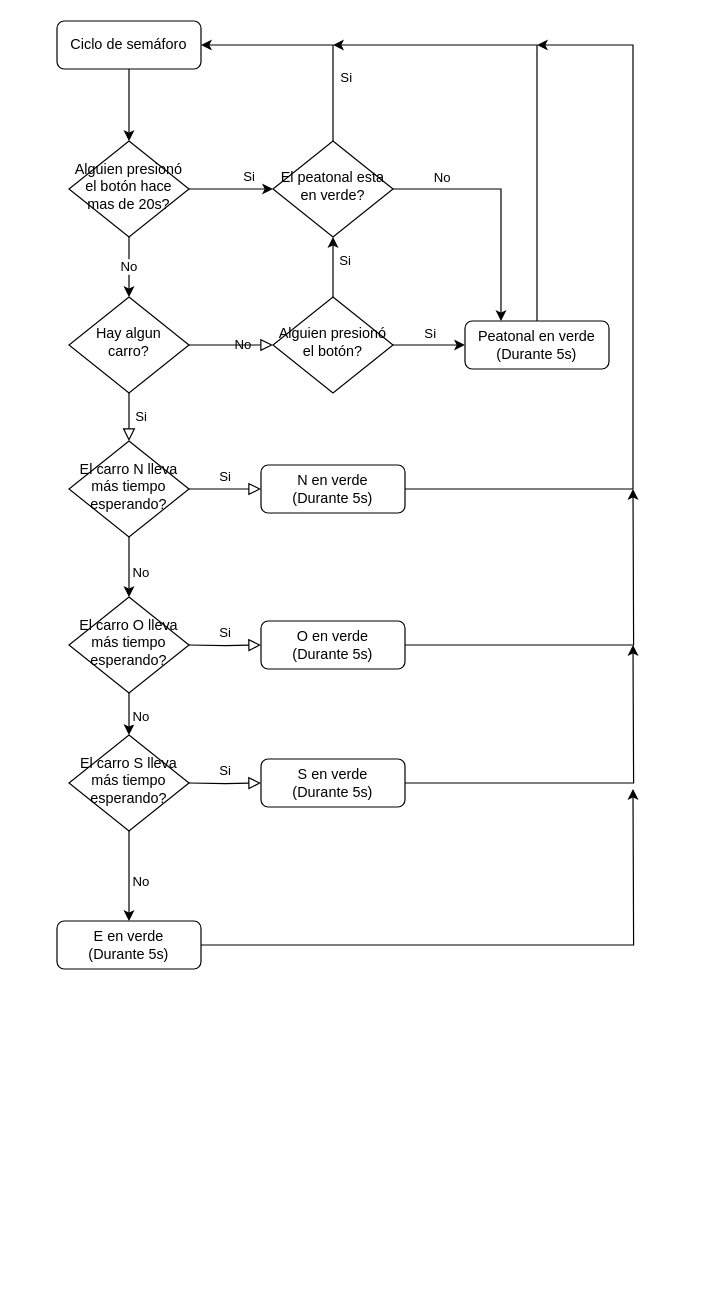
The draw.io diagram Documentacion/Diagrama de flujo.drawio in fabian-mv/EL3310_proyecto1, before the edit. Source tidied: cells renumbered, new cells numbered last; positions are measured from the earlier drawing's top-left corner, leaving out a move shared by most shapes. Both pictures are drawn from the tidied source at 120%, with x=0, y=0 at pixel (56, 20).
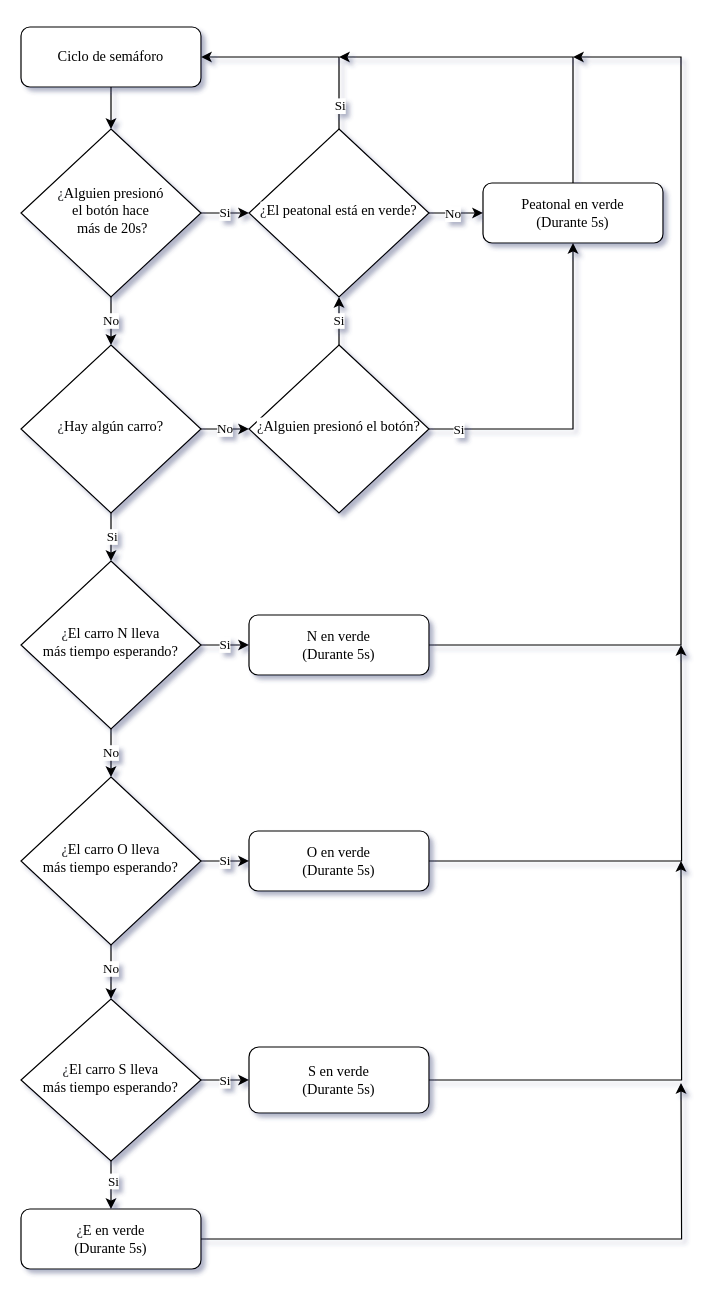
Above is the later version.

Commit message:
Fix Diagrama de flujo

Diff of the diagram source:
```diff
@@
-<mxGraphModel>
+<mxGraphModel shadow="1">
@@
-    <mxCell id="3" value="Ciclo de semáforo" style="rounded=1;whiteSpace=wrap;html=1;fontSize=12;glass=0;strokeWidth=1;shadow=0;" parent="1" vertex="1">
-      <mxGeometry width="120" height="40" as="geometry" />
+    <mxCell id="3" value="&lt;font face=&quot;Times New Roman&quot;&gt;Ciclo de semáforo&lt;/font&gt;" style="rounded=1;whiteSpace=wrap;html=1;fontSize=12;glass=0;strokeWidth=1;shadow=0;" parent="1" vertex="1">
+      <mxGeometry x="-30" y="5" width="150" height="50" as="geometry" />
     </mxCell>
+    <mxCell id="38" value="No" style="edgeStyle=orthogonalEdgeStyle;rounded=0;jettySize=auto;html=1;exitX=1;exitY=0.5;exitDx=0;exitDy=0;entryX=0;entryY=0.5;entryDx=0;entryDy=0;fontFamily=Times New Roman;" parent="1" edge="1" source="6" target="15">
+      <mxGeometry relative="1" as="geometry" />
+    </mxCell>
-    <mxCell id="4" value="Si" style="rounded=0;html=1;jettySize=auto;fontSize=11;endArrow=block;endFill=0;endSize=8;strokeWidth=1;shadow=0;labelBackgroundColor=none;edgeStyle=orthogonalEdgeStyle;" parent="1" edge="1" source="6" target="9">
-      <mxGeometry y="10" relative="1" as="geometry" />
+    <mxCell id="4" style="edgeStyle=orthogonalEdgeStyle;rounded=0;jettySize=auto;html=1;exitX=0.5;exitY=1;exitDx=0;exitDy=0;entryX=0.5;entryY=0;entryDx=0;entryDy=0;fontFamily=Times New Roman;" parent="1" edge="1" source="6" target="9">
+      <mxGeometry relative="1" as="geometry" />
     </mxCell>
-    <mxCell id="5" value="No" style="edgeStyle=orthogonalEdgeStyle;rounded=0;html=1;jettySize=auto;fontSize=11;endArrow=block;endFill=0;endSize=8;strokeWidth=1;shadow=0;labelBackgroundColor=none;" parent="1" edge="1" source="6">
-      <mxGeometry y="10" relative="1" as="geometry">
-        <mxPoint x="180" y="270" as="targetPoint" />
-      </mxGeometry>
-    </mxCell>
+    <mxCell id="39" value="Si" style="edgeLabel;html=1;align=center;verticalAlign=middle;fontFamily=Times New Roman;" parent="4" vertex="1">
+      <mxGeometry x="-0.23" relative="1" as="geometry">
+        <mxPoint y="4" as="offset" />
+      </mxGeometry>
+    </mxCell>
-    <mxCell id="6" value="Hay algun carro?" style="rhombus;whiteSpace=wrap;html=1;shadow=0;fontFamily=Helvetica;fontSize=12;align=center;strokeWidth=1;spacing=6;spacingTop=-4;" parent="1" vertex="1">
-      <mxGeometry x="10" y="230" width="100" height="80" as="geometry" />
+    <mxCell id="6" value="&lt;span style=&quot;color: rgb(32 , 33 , 36) ; font-family: &amp;#34;times new roman&amp;#34; ; text-align: left ; background-color: rgb(255 , 255 , 255)&quot;&gt;¿&lt;/span&gt;&lt;font face=&quot;Times New Roman&quot;&gt;Hay algún carro?&lt;/font&gt;" style="rhombus;whiteSpace=wrap;html=1;shadow=0;fontFamily=Helvetica;fontSize=12;align=center;strokeWidth=1;spacing=6;spacingTop=-4;" parent="1" vertex="1">
+      <mxGeometry x="-30" y="270" width="150" height="140" as="geometry" />
     </mxCell>
+    <mxCell id="8" value="&lt;font face=&quot;Times New Roman&quot;&gt;No&lt;/font&gt;" style="edgeStyle=orthogonalEdgeStyle;rounded=0;jettySize=auto;html=1;exitX=0.5;exitY=1;exitDx=0;exitDy=0;entryX=0.5;entryY=0;entryDx=0;entryDy=0;" parent="1" edge="1" source="9" target="17">
+      <mxGeometry relative="1" as="geometry" />
+    </mxCell>
-    <mxCell id="7" value="Si" style="edgeStyle=orthogonalEdgeStyle;rounded=0;html=1;jettySize=auto;fontSize=11;endArrow=block;endFill=0;endSize=8;strokeWidth=1;shadow=0;labelBackgroundColor=none;" parent="1" edge="1" source="9" target="11">
-      <mxGeometry y="10" relative="1" as="geometry" />
+    <mxCell id="7" value="Si" style="edgeStyle=orthogonalEdgeStyle;rounded=0;jettySize=auto;html=1;exitX=1;exitY=0.5;exitDx=0;exitDy=0;entryX=0;entryY=0.5;entryDx=0;entryDy=0;fontFamily=Times New Roman;" parent="1" edge="1" source="9" target="11">
+      <mxGeometry relative="1" as="geometry" />
     </mxCell>
-    <mxCell id="8" value="No" style="edgeStyle=orthogonalEdgeStyle;rounded=0;jettySize=auto;html=1;exitX=0.5;exitY=1;exitDx=0;exitDy=0;entryX=0.5;entryY=0;entryDx=0;entryDy=0;" parent="1" edge="1" source="9" target="17">
-      <mxGeometry x="0.2" y="10" relative="1" as="geometry" />
-    </mxCell>
-    <mxCell id="9" value="El carro N lleva más tiempo esperando?" style="rhombus;whiteSpace=wrap;html=1;shadow=0;fontFamily=Helvetica;fontSize=12;align=center;strokeWidth=1;spacing=6;spacingTop=-4;" parent="1" vertex="1">
-      <mxGeometry x="10" y="350" width="100" height="80" as="geometry" />
+    <mxCell id="9" value="&lt;span style=&quot;color: rgb(32 , 33 , 36) ; font-family: &amp;#34;times new roman&amp;#34; ; text-align: left ; background-color: rgb(255 , 255 , 255)&quot;&gt;¿&lt;/span&gt;&lt;font face=&quot;Times New Roman&quot;&gt;El carro N lleva &lt;br&gt;más tiempo esperando?&lt;/font&gt;" style="rhombus;whiteSpace=wrap;html=1;shadow=0;fontFamily=Helvetica;fontSize=12;align=center;strokeWidth=1;spacing=6;spacingTop=-4;" parent="1" vertex="1">
+      <mxGeometry x="-30" y="450" width="150" height="140" as="geometry" />
     </mxCell>
-    <mxCell id="10" style="edgeStyle=orthogonalEdgeStyle;rounded=0;jettySize=auto;html=1;exitX=1;exitY=0.5;exitDx=0;exitDy=0;" parent="1" edge="1" source="11">
-      <mxGeometry relative="1" as="geometry">
-        <mxPoint x="400" y="20" as="targetPoint" />
-        <Array as="points">
-          <mxPoint x="480" y="390" />
-          <mxPoint x="480" y="20" />
-        </Array>
-      </mxGeometry>
-    </mxCell>
+    <mxCell id="40" style="edgeStyle=orthogonalEdgeStyle;rounded=0;jettySize=auto;html=1;exitX=1;exitY=0.5;exitDx=0;exitDy=0;fontFamily=Times New Roman;" parent="1" edge="1" source="11">
+      <mxGeometry relative="1" as="geometry">
+        <mxPoint x="430" y="30" as="targetPoint" />
+        <Array as="points">
+          <mxPoint x="520" y="520" />
+          <mxPoint x="520" y="30" />
+        </Array>
+      </mxGeometry>
+    </mxCell>
-    <mxCell id="11" value="N en verde&lt;br&gt;(Durante 5s)" style="rounded=1;whiteSpace=wrap;html=1;fontSize=12;glass=0;strokeWidth=1;shadow=0;" parent="1" vertex="1">
-      <mxGeometry x="170" y="370" width="120" height="40" as="geometry" />
+    <mxCell id="11" value="&lt;font face=&quot;Times New Roman&quot;&gt;N en verde&lt;br&gt;(Durante 5s)&lt;/font&gt;" style="rounded=1;whiteSpace=wrap;html=1;fontSize=12;glass=0;strokeWidth=1;shadow=0;" parent="1" vertex="1">
+      <mxGeometry x="160" y="495" width="150" height="50" as="geometry" />
     </mxCell>
-    <mxCell id="12" value="Si" style="edgeStyle=orthogonalEdgeStyle;rounded=0;jettySize=auto;html=1;exitX=0.5;exitY=0;exitDx=0;exitDy=0;entryX=0.5;entryY=1;entryDx=0;entryDy=0;" parent="1" edge="1" source="15" target="34">
-      <mxGeometry x="0.2" y="-10" relative="1" as="geometry" />
+    <mxCell id="12" value="&lt;font face=&quot;Times New Roman&quot;&gt;Si&lt;/font&gt;" style="edgeStyle=orthogonalEdgeStyle;rounded=0;jettySize=auto;html=1;exitX=0.5;exitY=0;exitDx=0;exitDy=0;entryX=0.5;entryY=1;entryDx=0;entryDy=0;" parent="1" edge="1" source="15" target="34">
+      <mxGeometry relative="1" as="geometry" />
     </mxCell>
-    <mxCell id="13" style="edgeStyle=orthogonalEdgeStyle;rounded=0;jettySize=auto;html=1;exitX=1;exitY=0.5;exitDx=0;exitDy=0;entryX=0;entryY=0.5;entryDx=0;entryDy=0;" parent="1" edge="1" source="15" target="21">
+    <mxCell id="13" style="edgeStyle=orthogonalEdgeStyle;rounded=0;jettySize=auto;html=1;exitX=1;exitY=0.5;exitDx=0;exitDy=0;entryX=0.5;entryY=1;entryDx=0;entryDy=0;" parent="1" edge="1" source="15" target="21">
       <mxGeometry relative="1" as="geometry" />
     </mxCell>
-    <mxCell id="14" value="Si" style="edgeLabel;html=1;align=center;verticalAlign=middle;" parent="13" vertex="1">
+    <mxCell id="14" value="&lt;font face=&quot;Times New Roman&quot;&gt;Si&lt;/font&gt;" style="edgeLabel;html=1;align=center;verticalAlign=middle;" parent="13" vertex="1">
       <mxGeometry x="-0.22" y="2" relative="1" as="geometry">
-        <mxPoint x="7" y="-8" as="offset" />
+        <mxPoint x="-83" y="2" as="offset" />
       </mxGeometry>
     </mxCell>
-    <mxCell id="15" value="Alguien presionó el botón?" style="rhombus;whiteSpace=wrap;html=1;shadow=0;fontFamily=Helvetica;fontSize=12;align=center;strokeWidth=1;spacing=6;spacingTop=-4;" parent="1" vertex="1">
-      <mxGeometry x="180" y="230" width="100" height="80" as="geometry" />
+    <mxCell id="15" value="&lt;span style=&quot;color: rgb(32 , 33 , 36) ; font-family: &amp;#34;times new roman&amp;#34; ; text-align: left ; background-color: rgb(255 , 255 , 255)&quot;&gt;¿&lt;/span&gt;&lt;font face=&quot;Times New Roman&quot;&gt;Alguien presionó el botón?&lt;/font&gt;" style="rhombus;whiteSpace=wrap;html=1;shadow=0;fontFamily=Helvetica;fontSize=12;align=center;strokeWidth=1;spacing=6;spacingTop=-4;" parent="1" vertex="1">
+      <mxGeometry x="160" y="270" width="150" height="140" as="geometry" />
     </mxCell>
-    <mxCell id="16" value="No" style="edgeStyle=orthogonalEdgeStyle;rounded=0;jettySize=auto;html=1;exitX=0.5;exitY=1;exitDx=0;exitDy=0;" parent="1" edge="1" source="17" target="19">
-      <mxGeometry x="0.33" y="10" relative="1" as="geometry" />
+    <mxCell id="16" value="&lt;font face=&quot;Times New Roman&quot;&gt;No&lt;/font&gt;" style="edgeStyle=orthogonalEdgeStyle;rounded=0;jettySize=auto;html=1;exitX=0.5;exitY=1;exitDx=0;exitDy=0;" parent="1" edge="1" source="17" target="19">
+      <mxGeometry x="-0.11" relative="1" as="geometry" />
     </mxCell>
+    <mxCell id="41" value="Si" style="edgeStyle=orthogonalEdgeStyle;rounded=0;jettySize=auto;html=1;exitX=1;exitY=0.5;exitDx=0;exitDy=0;entryX=0;entryY=0.5;entryDx=0;entryDy=0;fontFamily=Times New Roman;" parent="1" edge="1" source="17" target="24">
+      <mxGeometry relative="1" as="geometry" />
+    </mxCell>
-    <mxCell id="17" value="El carro O lleva más tiempo esperando?" style="rhombus;whiteSpace=wrap;html=1;shadow=0;fontFamily=Helvetica;fontSize=12;align=center;strokeWidth=1;spacing=6;spacingTop=-4;" parent="1" vertex="1">
-      <mxGeometry x="10" y="480" width="100" height="80" as="geometry" />
+    <mxCell id="17" value="&lt;span style=&quot;color: rgb(32 , 33 , 36) ; font-family: &amp;#34;times new roman&amp;#34; ; text-align: left ; background-color: rgb(255 , 255 , 255)&quot;&gt;¿&lt;/span&gt;&lt;font face=&quot;Times New Roman&quot;&gt;El carro O lleva &lt;br&gt;más tiempo esperando?&lt;/font&gt;" style="rhombus;whiteSpace=wrap;html=1;shadow=0;fontFamily=Helvetica;fontSize=12;align=center;strokeWidth=1;spacing=6;spacingTop=-4;" parent="1" vertex="1">
+      <mxGeometry x="-30" y="630" width="150" height="140" as="geometry" />
     </mxCell>
+    <mxCell id="42" value="Si" style="edgeStyle=orthogonalEdgeStyle;rounded=0;jettySize=auto;html=1;exitX=1;exitY=0.5;exitDx=0;exitDy=0;entryX=0;entryY=0.5;entryDx=0;entryDy=0;fontFamily=Times New Roman;" parent="1" edge="1" source="19" target="27">
+      <mxGeometry relative="1" as="geometry" />
+    </mxCell>
-    <mxCell id="18" value="No" style="edgeStyle=orthogonalEdgeStyle;rounded=0;jettySize=auto;html=1;exitX=0.5;exitY=1;exitDx=0;exitDy=0;entryX=0.5;entryY=0;entryDx=0;entryDy=0;" parent="1" edge="1" source="19" target="29">
-      <mxGeometry x="0.11" y="10" relative="1" as="geometry" />
+    <mxCell id="18" style="edgeStyle=orthogonalEdgeStyle;rounded=0;jettySize=auto;html=1;exitX=0.5;exitY=1;exitDx=0;exitDy=0;entryX=0.5;entryY=0;entryDx=0;entryDy=0;fontFamily=Times New Roman;" parent="1" edge="1" source="19" target="29">
+      <mxGeometry relative="1" as="geometry" />
     </mxCell>
+    <mxCell id="43" value="Si" style="edgeLabel;html=1;align=center;verticalAlign=middle;fontFamily=Times New Roman;" parent="18" vertex="1">
+      <mxGeometry x="-0.19" y="1" relative="1" as="geometry" />
+    </mxCell>
-    <mxCell id="19" value="El carro S lleva más tiempo esperando?" style="rhombus;whiteSpace=wrap;html=1;shadow=0;fontFamily=Helvetica;fontSize=12;align=center;strokeWidth=1;spacing=6;spacingTop=-4;" parent="1" vertex="1">
-      <mxGeometry x="10" y="595" width="100" height="80" as="geometry" />
+    <mxCell id="19" value="&lt;span style=&quot;color: rgb(32 , 33 , 36) ; font-family: &amp;#34;times new roman&amp;#34; ; text-align: left ; background-color: rgb(255 , 255 , 255)&quot;&gt;¿&lt;/span&gt;&lt;font face=&quot;Times New Roman&quot;&gt;El carro S lleva &lt;br&gt;más tiempo esperando?&lt;/font&gt;" style="rhombus;whiteSpace=wrap;html=1;shadow=0;fontFamily=Helvetica;fontSize=12;align=center;strokeWidth=1;spacing=6;spacingTop=-4;" parent="1" vertex="1">
+      <mxGeometry x="-30" y="815" width="150" height="135" as="geometry" />
     </mxCell>
-    <mxCell id="20" style="edgeStyle=orthogonalEdgeStyle;rounded=0;jettySize=auto;html=1;exitX=0.5;exitY=0;exitDx=0;exitDy=0;" parent="1" edge="1" source="21">
-      <mxGeometry relative="1" as="geometry">
-        <mxPoint x="230" y="20" as="targetPoint" />
-        <Array as="points">
-          <mxPoint x="400" y="20" />
-        </Array>
-      </mxGeometry>
-    </mxCell>
+    <mxCell id="44" style="edgeStyle=orthogonalEdgeStyle;rounded=0;jettySize=auto;html=1;exitX=0.5;exitY=0;exitDx=0;exitDy=0;fontFamily=Times New Roman;" parent="1" edge="1" source="21">
+      <mxGeometry relative="1" as="geometry">
+        <mxPoint x="235" y="30" as="targetPoint" />
+        <Array as="points">
+          <mxPoint x="430" y="30" />
+        </Array>
+      </mxGeometry>
+    </mxCell>
-    <mxCell id="21" value="Peatonal en verde&lt;br&gt;(Durante 5s)" style="rounded=1;whiteSpace=wrap;html=1;fontSize=12;glass=0;strokeWidth=1;shadow=0;" parent="1" vertex="1">
-      <mxGeometry x="340" y="250" width="120" height="40" as="geometry" />
+    <mxCell id="21" value="&lt;font face=&quot;Times New Roman&quot;&gt;Peatonal en verde&lt;br&gt;(Durante 5s)&lt;/font&gt;" style="rounded=1;whiteSpace=wrap;html=1;fontSize=12;glass=0;strokeWidth=1;shadow=0;" parent="1" vertex="1">
+      <mxGeometry x="355" y="135" width="150" height="50" as="geometry" />
     </mxCell>
-    <mxCell id="22" value="Si" style="edgeStyle=orthogonalEdgeStyle;rounded=0;html=1;jettySize=auto;fontSize=11;endArrow=block;endFill=0;endSize=8;strokeWidth=1;shadow=0;labelBackgroundColor=none;" parent="1" edge="1" target="24">
-      <mxGeometry y="10" relative="1" as="geometry">
-        <mxPoint x="110" y="520" as="sourcePoint" />
-      </mxGeometry>
-    </mxCell>
     <mxCell id="23" style="edgeStyle=orthogonalEdgeStyle;rounded=0;jettySize=auto;html=1;exitX=1;exitY=0.5;exitDx=0;exitDy=0;" parent="1" edge="1" source="24">
       <mxGeometry relative="1" as="geometry">
-        <mxPoint x="480" y="390" as="targetPoint" />
+        <mxPoint x="520" y="520" as="targetPoint" />
       </mxGeometry>
     </mxCell>
-    <mxCell id="24" value="O en verde&lt;br&gt;(Durante 5s)" style="rounded=1;whiteSpace=wrap;html=1;fontSize=12;glass=0;strokeWidth=1;shadow=0;" parent="1" vertex="1">
-      <mxGeometry x="170" y="500" width="120" height="40" as="geometry" />
+    <mxCell id="24" value="&lt;font face=&quot;Times New Roman&quot;&gt;O en verde&lt;br&gt;(Durante 5s)&lt;/font&gt;" style="rounded=1;whiteSpace=wrap;html=1;fontSize=12;glass=0;strokeWidth=1;shadow=0;" parent="1" vertex="1">
+      <mxGeometry x="160" y="675" width="150" height="50" as="geometry" />
     </mxCell>
-    <mxCell id="25" value="Si" style="edgeStyle=orthogonalEdgeStyle;rounded=0;html=1;jettySize=auto;fontSize=11;endArrow=block;endFill=0;endSize=8;strokeWidth=1;shadow=0;labelBackgroundColor=none;" parent="1" edge="1" target="27">
-      <mxGeometry y="10" relative="1" as="geometry">
-        <mxPoint x="110" y="635" as="sourcePoint" />
-      </mxGeometry>
-    </mxCell>
     <mxCell id="26" style="edgeStyle=orthogonalEdgeStyle;rounded=0;jettySize=auto;html=1;exitX=1;exitY=0.5;exitDx=0;exitDy=0;" parent="1" edge="1" source="27">
       <mxGeometry relative="1" as="geometry">
-        <mxPoint x="480" y="520" as="targetPoint" />
+        <mxPoint x="520" y="700" as="targetPoint" />
       </mxGeometry>
     </mxCell>
-    <mxCell id="27" value="S en verde&lt;br&gt;(Durante 5s)" style="rounded=1;whiteSpace=wrap;html=1;fontSize=12;glass=0;strokeWidth=1;shadow=0;" parent="1" vertex="1">
-      <mxGeometry x="170" y="615" width="120" height="40" as="geometry" />
+    <mxCell id="27" value="&lt;font face=&quot;Times New Roman&quot;&gt;S en verde&lt;br&gt;(Durante 5s)&lt;/font&gt;" style="rounded=1;whiteSpace=wrap;html=1;fontSize=12;glass=0;strokeWidth=1;shadow=0;" parent="1" vertex="1">
+      <mxGeometry x="160" y="855" width="150" height="55" as="geometry" />
     </mxCell>
     <mxCell id="28" style="edgeStyle=orthogonalEdgeStyle;rounded=0;jettySize=auto;html=1;exitX=1;exitY=0.5;exitDx=0;exitDy=0;" parent="1" edge="1" source="29">
       <mxGeometry relative="1" as="geometry">
-        <mxPoint x="480" y="640" as="targetPoint" />
+        <mxPoint x="520" y="885" as="targetPoint" />
       </mxGeometry>
     </mxCell>
-    <mxCell id="29" value="E en verde&lt;br&gt;(Durante 5s)" style="rounded=1;whiteSpace=wrap;html=1;fontSize=12;glass=0;strokeWidth=1;shadow=0;" parent="1" vertex="1">
-      <mxGeometry y="750" width="120" height="40" as="geometry" />
+    <mxCell id="29" value="&lt;span style=&quot;color: rgb(32 , 33 , 36) ; font-family: &amp;#34;times new roman&amp;#34; ; text-align: left ; background-color: rgb(255 , 255 , 255)&quot;&gt;¿&lt;/span&gt;&lt;font face=&quot;Times New Roman&quot;&gt;E en verde&lt;br&gt;(Durante 5s)&lt;/font&gt;" style="rounded=1;whiteSpace=wrap;html=1;fontSize=12;glass=0;strokeWidth=1;shadow=0;" parent="1" vertex="1">
+      <mxGeometry x="-30" y="990" width="150" height="50" as="geometry" />
     </mxCell>
     <mxCell id="30" style="edgeStyle=orthogonalEdgeStyle;rounded=0;jettySize=auto;html=1;exitX=0.5;exitY=0;exitDx=0;exitDy=0;entryX=1;entryY=0.5;entryDx=0;entryDy=0;" parent="1" edge="1" source="34" target="3">
-      <mxGeometry relative="1" as="geometry" />
+      <mxGeometry relative="1" as="geometry">
+        <Array as="points">
+          <mxPoint x="235" y="30" />
+        </Array>
+      </mxGeometry>
     </mxCell>
-    <mxCell id="31" value="Si" style="edgeLabel;html=1;align=center;verticalAlign=middle;" parent="30" vertex="1">
+    <mxCell id="31" value="&lt;font face=&quot;Times New Roman&quot;&gt;Si&lt;/font&gt;" style="edgeLabel;html=1;align=center;verticalAlign=middle;" parent="30" vertex="1">
       <mxGeometry x="-0.43" y="1" relative="1" as="geometry">
-        <mxPoint x="11" as="offset" />
+        <mxPoint x="1" y="30" as="offset" />
       </mxGeometry>
     </mxCell>
-    <mxCell id="32" style="edgeStyle=orthogonalEdgeStyle;rounded=0;jettySize=auto;html=1;entryX=0.25;entryY=0;entryDx=0;entryDy=0;" parent="1" edge="1" source="34" target="21">
+    <mxCell id="32" style="edgeStyle=orthogonalEdgeStyle;rounded=0;jettySize=auto;html=1;entryX=0;entryY=0.5;entryDx=0;entryDy=0;" parent="1" edge="1" source="34" target="21">
       <mxGeometry relative="1" as="geometry" />
     </mxCell>
-    <mxCell id="33" value="No" style="edgeLabel;html=1;align=center;verticalAlign=middle;" parent="32" vertex="1">
+    <mxCell id="33" value="&lt;font face=&quot;Times New Roman&quot;&gt;No&lt;/font&gt;" style="edgeLabel;html=1;align=center;verticalAlign=middle;" parent="32" vertex="1">
       <mxGeometry x="-0.73" y="-1" relative="1" as="geometry">
-        <mxPoint x="13" y="-11" as="offset" />
+        <mxPoint x="13" y="-1" as="offset" />
       </mxGeometry>
     </mxCell>
-    <mxCell id="34" value="El peatonal esta en verde?" style="rhombus;whiteSpace=wrap;html=1;shadow=0;fontFamily=Helvetica;fontSize=12;align=center;strokeWidth=1;spacing=6;spacingTop=-4;" parent="1" vertex="1">
-      <mxGeometry x="180" y="100" width="100" height="80" as="geometry" />
+    <mxCell id="34" value="&lt;span style=&quot;color: rgb(32 , 33 , 36) ; font-family: &amp;#34;times new roman&amp;#34; ; text-align: left ; background-color: rgb(255 , 255 , 255)&quot;&gt;¿&lt;/span&gt;&lt;font face=&quot;Times New Roman&quot;&gt;El peatonal está en verde?&lt;/font&gt;" style="rhombus;whiteSpace=wrap;html=1;shadow=0;fontFamily=Helvetica;fontSize=12;align=center;strokeWidth=1;spacing=6;spacingTop=-4;" parent="1" vertex="1">
+      <mxGeometry x="160" y="90" width="150" height="140" as="geometry" />
     </mxCell>
-    <mxCell id="35" value="No" style="edgeStyle=orthogonalEdgeStyle;rounded=0;jettySize=auto;html=1;exitX=0.5;exitY=1;exitDx=0;exitDy=0;entryX=0.5;entryY=0;entryDx=0;entryDy=0;" parent="1" edge="1" source="37" target="6">
+    <mxCell id="35" value="&lt;font face=&quot;Times New Roman&quot;&gt;No&lt;/font&gt;" style="edgeStyle=orthogonalEdgeStyle;rounded=0;jettySize=auto;html=1;exitX=0.5;exitY=1;exitDx=0;exitDy=0;entryX=0.5;entryY=0;entryDx=0;entryDy=0;" parent="1" edge="1" source="37" target="6">
       <mxGeometry relative="1" as="geometry" />
     </mxCell>
-    <mxCell id="36" value="Si" style="edgeStyle=orthogonalEdgeStyle;rounded=0;jettySize=auto;html=1;exitX=1;exitY=0.5;exitDx=0;exitDy=0;entryX=0;entryY=0.5;entryDx=0;entryDy=0;" parent="1" edge="1" source="37" target="34">
-      <mxGeometry x="0.43" y="10" relative="1" as="geometry" />
+    <mxCell id="36" value="&lt;font face=&quot;Times New Roman&quot;&gt;Si&lt;/font&gt;" style="edgeStyle=orthogonalEdgeStyle;rounded=0;jettySize=auto;html=1;exitX=1;exitY=0.5;exitDx=0;exitDy=0;entryX=0;entryY=0.5;entryDx=0;entryDy=0;" parent="1" edge="1" source="37" target="34">
+      <mxGeometry relative="1" as="geometry" />
     </mxCell>
-    <mxCell id="37" value="Alguien presionó el botón hace mas de 20s?" style="rhombus;whiteSpace=wrap;html=1;shadow=0;fontFamily=Helvetica;fontSize=12;align=center;strokeWidth=1;spacing=6;spacingTop=-4;" parent="1" vertex="1">
-      <mxGeometry x="10" y="100" width="100" height="80" as="geometry" />
+    <mxCell id="37" value="&lt;span style=&quot;color: rgb(32 , 33 , 36) ; text-align: left ; background-color: rgb(255 , 255 , 255)&quot;&gt;&lt;font face=&quot;Times New Roman&quot; style=&quot;font-size: 12px&quot;&gt;¿&lt;/font&gt;&lt;/span&gt;&lt;font face=&quot;Times New Roman&quot;&gt;Alguien presionó &lt;br&gt;el botón hace&lt;br&gt;&amp;nbsp;más de 20s?&lt;/font&gt;" style="rhombus;whiteSpace=wrap;html=1;shadow=0;fontFamily=Helvetica;fontSize=12;align=center;strokeWidth=1;spacing=6;spacingTop=-4;" parent="1" vertex="1">
+      <mxGeometry x="-30" y="90" width="150" height="140" as="geometry" />
     </mxCell>
```
